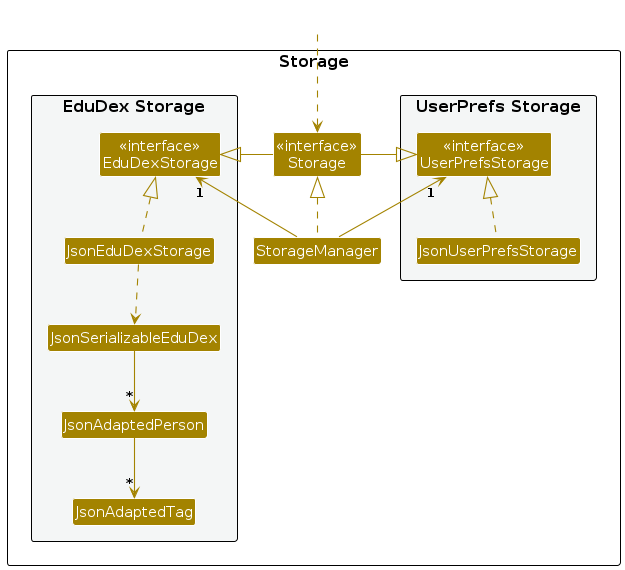
Above: diagrams/StorageClassDiagram.png in AY2526S1-CS2103T-T12-1/tp (PlantUML), before the change. Its source is kept beside it as diagrams/StorageClassDiagram.puml. The source it was exported from:
```plantuml
@startuml
!include style.puml
skinparam arrowThickness 1.1
skinparam arrowColor STORAGE_COLOR
skinparam classBackgroundColor STORAGE_COLOR

package Storage as StoragePackage {

package "UserPrefs Storage" #F4F6F6{
Class "<<interface>>\nUserPrefsStorage" as UserPrefsStorage
Class JsonUserPrefsStorage
}

Class "<<interface>>\nStorage" as Storage
Class StorageManager

package "EduDex Storage" #F4F6F6{
Class "<<interface>>\nEduDexStorage" as EduDexStorage
Class JsonEduDexStorage
Class JsonSerializableEduDex
Class JsonAdaptedPerson
Class JsonAdaptedTag
}

}

Class HiddenOutside #FFFFFF
HiddenOutside ..> Storage

StorageManager .up.|> Storage
StorageManager -up-> "1" UserPrefsStorage
StorageManager -up-> "1" EduDexStorage

Storage -left-|> UserPrefsStorage
Storage -right-|> EduDexStorage

JsonUserPrefsStorage .up.|> UserPrefsStorage
JsonEduDexStorage .up.|> EduDexStorage
JsonEduDexStorage ..> JsonSerializableEduDex
JsonSerializableEduDex --> "*" JsonAdaptedPerson
JsonAdaptedPerson --> "*" JsonAdaptedTag

@enduml
```
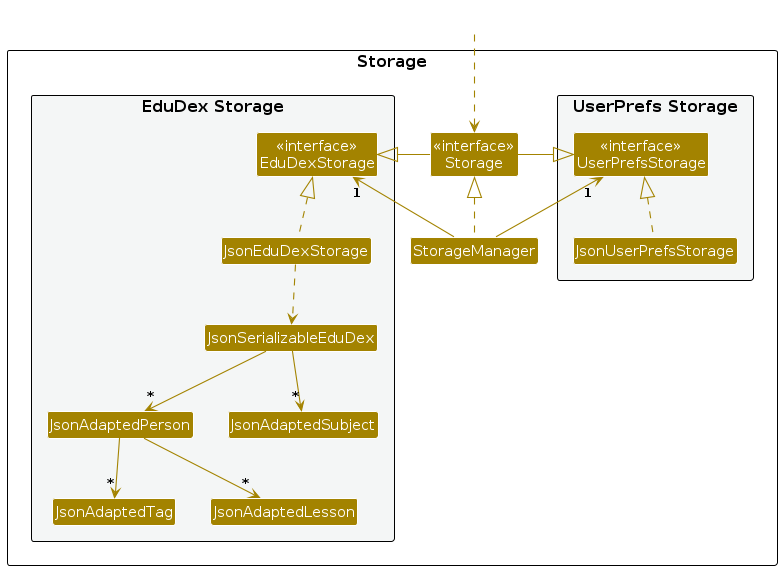
After the change.

What changed in the source:
```diff
@@ -20,6 +20,8 @@
 Class JsonSerializableEduDex
 Class JsonAdaptedPerson
 Class JsonAdaptedTag
+Class JsonAdaptedSubject
+Class JsonAdaptedLesson
 }
 
 }
@@ -37,7 +39,9 @@
 JsonUserPrefsStorage .up.|> UserPrefsStorage
 JsonEduDexStorage .up.|> EduDexStorage
 JsonEduDexStorage ..> JsonSerializableEduDex
+JsonSerializableEduDex --> "*" JsonAdaptedSubject
 JsonSerializableEduDex --> "*" JsonAdaptedPerson
 JsonAdaptedPerson --> "*" JsonAdaptedTag
+JsonAdaptedPerson --> "*" JsonAdaptedLesson
 
 @enduml
```
